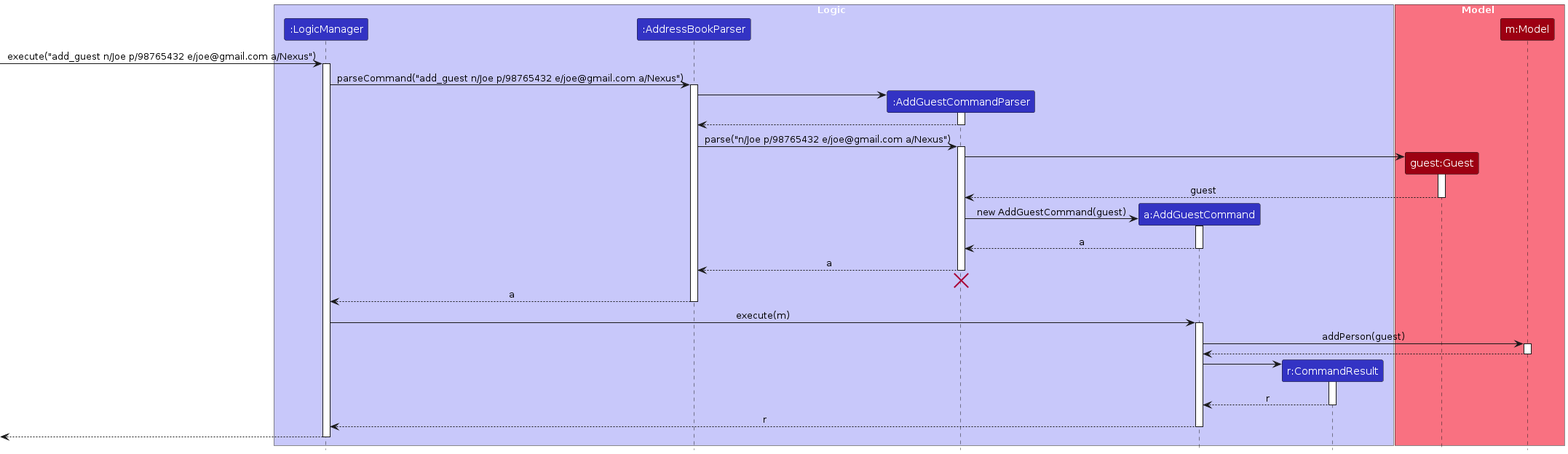
Above: diagrams/AddGuestSequenceDiagram.png in AY2425S1-CS2103T-F09-3/tp (PlantUML), before the change. Its source is kept beside it as diagrams/AddGuestSequenceDiagram.puml.
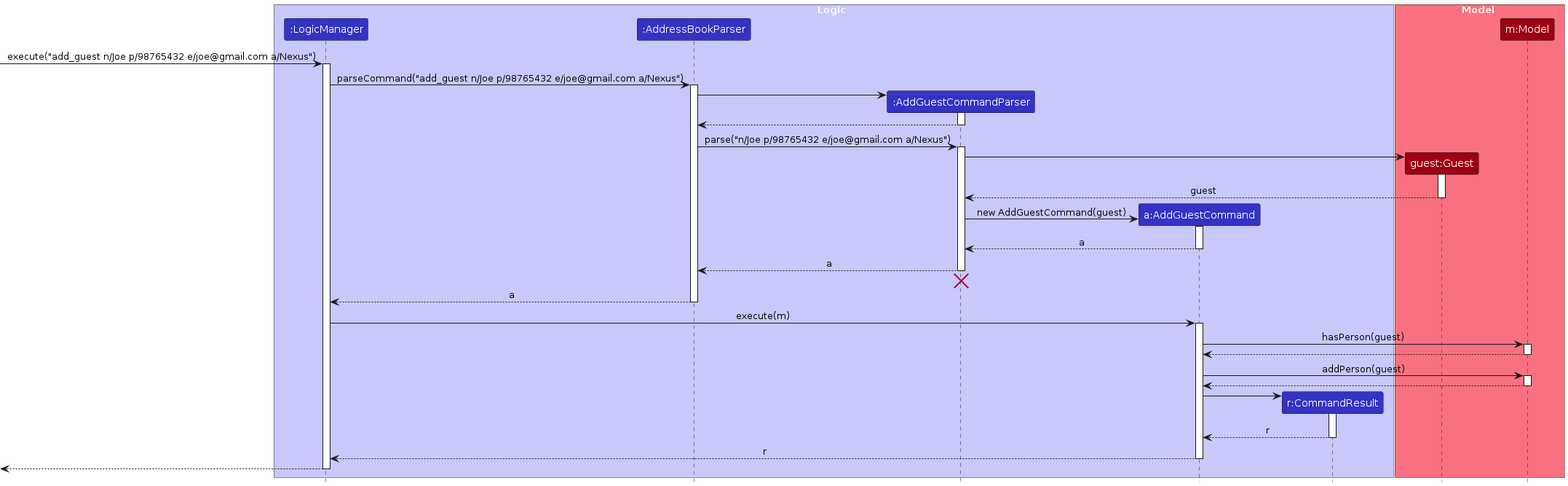
Later version of the same file.

The edit, as a diff of the source:
```diff
@@ -56,6 +56,12 @@
 LogicManager -> AddGuestCommand : execute(m)
 activate AddGuestCommand
 
+AddGuestCommand -> Model : hasPerson(guest)
+activate Model
+
+Model --> AddGuestCommand
+deactivate Model
+
 AddGuestCommand -> Model : addPerson(guest)
 activate Model
 
```
